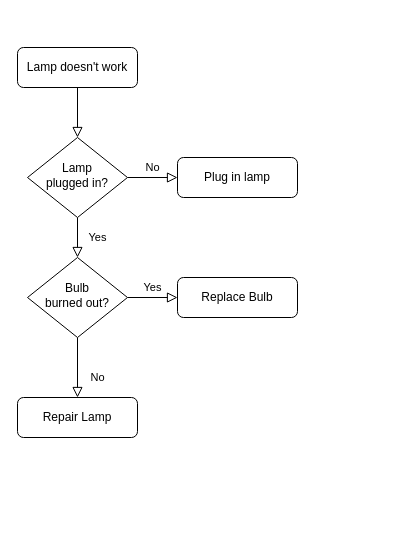
This is Untitled Diagram.drawio from sorabzone/OnlineCharts, a draw.io file, before an edit. Source tidied: cells renumbered, new cells numbered last; positions are measured from the earlier drawing's top-left corner, leaving out a move shared by most shapes. Both pictures are drawn from the tidied source at 100%, with x=0, y=0 at pixel (17, 47).
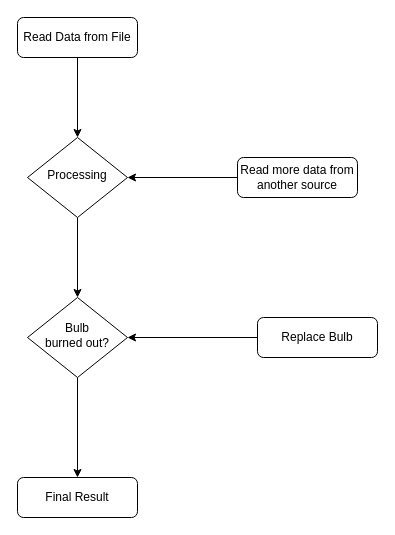
The same diagram, later.

The edit, as a diff of the source:
```diff
@@
 <mxGraphModel>
   <root>
     <mxCell id="0" />
     <mxCell id="1" parent="0" />
-    <mxCell id="2" style="rounded=0;html=1;jettySize=auto;fontSize=11;endArrow=block;endFill=0;endSize=8;strokeWidth=1;shadow=0;labelBackgroundColor=none;edgeStyle=orthogonalEdgeStyle;" parent="1" edge="1" source="3" target="6">
+    <mxCell id="2" style="edgeStyle=orthogonalEdgeStyle;rounded=0;jettySize=auto;html=1;entryX=0.5;entryY=0;entryDx=0;entryDy=0;" parent="1" edge="1" source="3" target="6">
       <mxGeometry relative="1" as="geometry" />
     </mxCell>
-    <mxCell id="3" value="Lamp doesn't work" style="rounded=1;whiteSpace=wrap;html=1;fontSize=12;glass=0;strokeWidth=1;shadow=0;" parent="1" vertex="1">
-      <mxGeometry width="120" height="40" as="geometry" />
+    <mxCell id="3" value="Read Data from File" style="rounded=1;whiteSpace=wrap;html=1;fontSize=12;glass=0;strokeWidth=1;shadow=0;" parent="1" vertex="1">
+      <mxGeometry y="-30" width="120" height="40" as="geometry" />
     </mxCell>
-    <mxCell id="4" value="Yes" style="rounded=0;html=1;jettySize=auto;fontSize=11;endArrow=block;endFill=0;endSize=8;strokeWidth=1;shadow=0;labelBackgroundColor=none;edgeStyle=orthogonalEdgeStyle;" parent="1" edge="1" source="6" target="10">
-      <mxGeometry y="20" relative="1" as="geometry" />
+    <mxCell id="4" style="edgeStyle=orthogonalEdgeStyle;rounded=0;jettySize=auto;html=1;entryX=0.5;entryY=0;entryDx=0;entryDy=0;" parent="1" edge="1" source="6" target="10">
+      <mxGeometry relative="1" as="geometry" />
     </mxCell>
-    <mxCell id="5" value="No" style="edgeStyle=orthogonalEdgeStyle;rounded=0;html=1;jettySize=auto;fontSize=11;endArrow=block;endFill=0;endSize=8;strokeWidth=1;shadow=0;labelBackgroundColor=none;" parent="1" edge="1" source="6" target="7">
-      <mxGeometry y="10" relative="1" as="geometry" />
-    </mxCell>
-    <mxCell id="6" value="Lamp&lt;br&gt;plugged in?" style="rhombus;whiteSpace=wrap;html=1;shadow=0;fontFamily=Helvetica;fontSize=12;align=center;strokeWidth=1;spacing=6;spacingTop=-4;" parent="1" vertex="1">
+    <mxCell id="6" value="Processing" style="rhombus;whiteSpace=wrap;html=1;shadow=0;fontFamily=Helvetica;fontSize=12;align=center;strokeWidth=1;spacing=6;spacingTop=-4;" parent="1" vertex="1">
       <mxGeometry x="10" y="90" width="100" height="80" as="geometry" />
     </mxCell>
+    <mxCell id="13" style="edgeStyle=orthogonalEdgeStyle;rounded=0;jettySize=auto;html=1;entryX=1;entryY=0.5;entryDx=0;entryDy=0;" parent="1" edge="1" source="7" target="6">
+      <mxGeometry relative="1" as="geometry" />
+    </mxCell>
-    <mxCell id="7" value="Plug in lamp" style="rounded=1;whiteSpace=wrap;html=1;fontSize=12;glass=0;strokeWidth=1;shadow=0;" parent="1" vertex="1">
-      <mxGeometry x="160" y="110" width="120" height="40" as="geometry" />
+    <mxCell id="7" value="Read more data from another source" style="rounded=1;whiteSpace=wrap;html=1;fontSize=12;glass=0;strokeWidth=1;shadow=0;" parent="1" vertex="1">
+      <mxGeometry x="220" y="110" width="120" height="40" as="geometry" />
     </mxCell>
-    <mxCell id="8" value="No" style="rounded=0;html=1;jettySize=auto;fontSize=11;endArrow=block;endFill=0;endSize=8;strokeWidth=1;shadow=0;labelBackgroundColor=none;edgeStyle=orthogonalEdgeStyle;" parent="1" edge="1" source="10" target="11">
-      <mxGeometry x="0.33" y="20" relative="1" as="geometry" />
+    <mxCell id="8" style="edgeStyle=orthogonalEdgeStyle;rounded=0;jettySize=auto;html=1;entryX=0.5;entryY=0;entryDx=0;entryDy=0;" parent="1" edge="1" source="10" target="11">
+      <mxGeometry relative="1" as="geometry" />
     </mxCell>
-    <mxCell id="9" value="Yes" style="edgeStyle=orthogonalEdgeStyle;rounded=0;html=1;jettySize=auto;fontSize=11;endArrow=block;endFill=0;endSize=8;strokeWidth=1;shadow=0;labelBackgroundColor=none;" parent="1" edge="1" source="10" target="12">
-      <mxGeometry y="10" relative="1" as="geometry" />
-    </mxCell>
     <mxCell id="10" value="Bulb&lt;br&gt;burned out?" style="rhombus;whiteSpace=wrap;html=1;shadow=0;fontFamily=Helvetica;fontSize=12;align=center;strokeWidth=1;spacing=6;spacingTop=-4;" parent="1" vertex="1">
-      <mxGeometry x="10" y="210" width="100" height="80" as="geometry" />
+      <mxGeometry x="10" y="250" width="100" height="80" as="geometry" />
     </mxCell>
-    <mxCell id="11" value="Repair Lamp" style="rounded=1;whiteSpace=wrap;html=1;fontSize=12;glass=0;strokeWidth=1;shadow=0;" parent="1" vertex="1">
-      <mxGeometry y="350" width="120" height="40" as="geometry" />
+    <mxCell id="11" value="Final Result" style="rounded=1;whiteSpace=wrap;html=1;fontSize=12;glass=0;strokeWidth=1;shadow=0;" parent="1" vertex="1">
+      <mxGeometry y="430" width="120" height="40" as="geometry" />
     </mxCell>
+    <mxCell id="14" style="edgeStyle=orthogonalEdgeStyle;rounded=0;jettySize=auto;html=1;entryX=1;entryY=0.5;entryDx=0;entryDy=0;" parent="1" edge="1" source="12" target="10">
+      <mxGeometry relative="1" as="geometry" />
+    </mxCell>
     <mxCell id="12" value="Replace Bulb" style="rounded=1;whiteSpace=wrap;html=1;fontSize=12;glass=0;strokeWidth=1;shadow=0;" parent="1" vertex="1">
-      <mxGeometry x="160" y="230" width="120" height="40" as="geometry" />
+      <mxGeometry x="240" y="270" width="120" height="40" as="geometry" />
     </mxCell>
   </root>
 </mxGraphModel>
```
